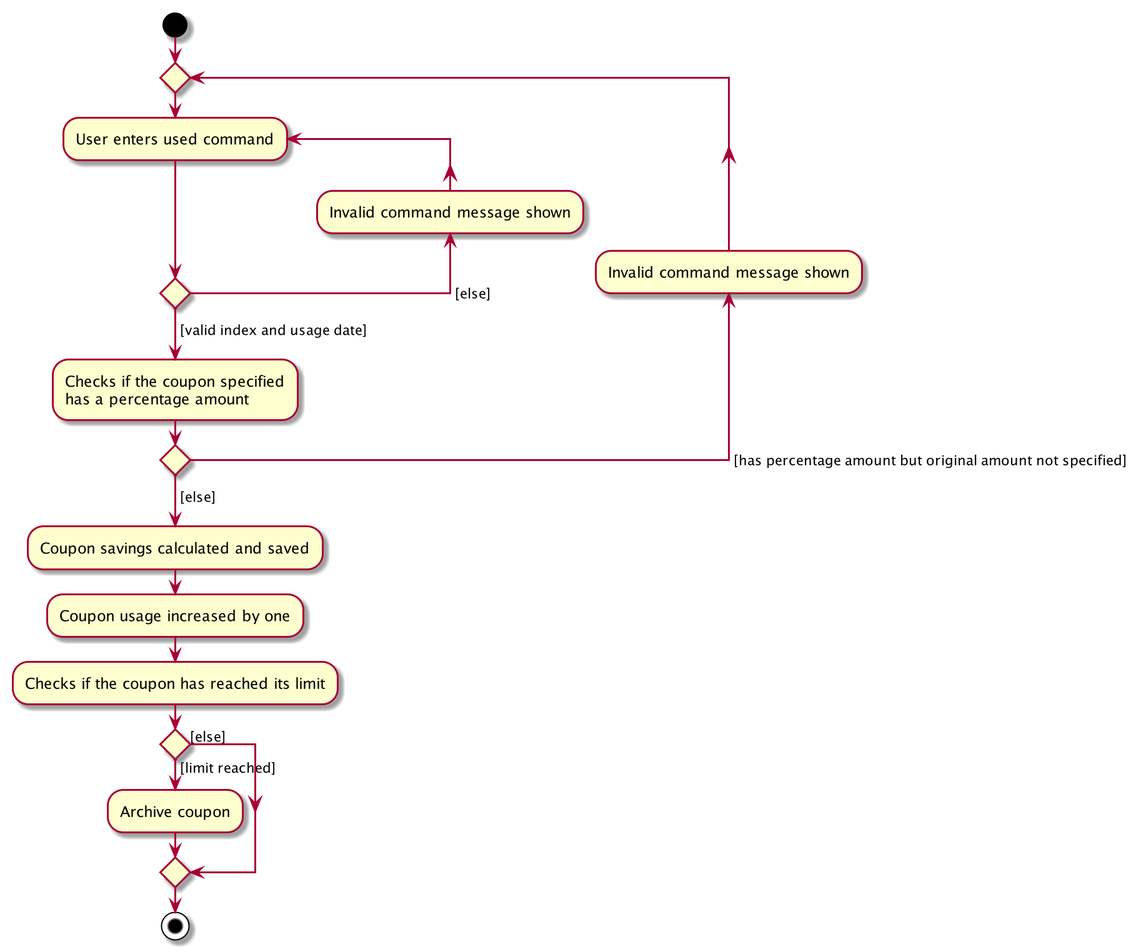
The PlantUML diagram docs/images/UsedCommandActivityDiagram.png in nus-cs2103-AY1920S2/addressbook-level3, before a commit. The source it was exported from:
```plantuml
@startuml

start
repeat
    repeat :User enters used command;
    backward :Invalid command message shown;
    repeat while () ->[else]
    ->[valid index and usage date];
    :Checks if the coupon specified
    has a percentage amount;
backward :Invalid command message shown;
repeat while () ->[has percentage amount but original amount not specified]
->[else];
:Coupon savings calculated and saved;
:Coupon usage increased by one;
:Checks if the coupon has reached its limit;

if () then ([limit reached])
    :Archive coupon;
else ([else])
endif
stop

@enduml
```
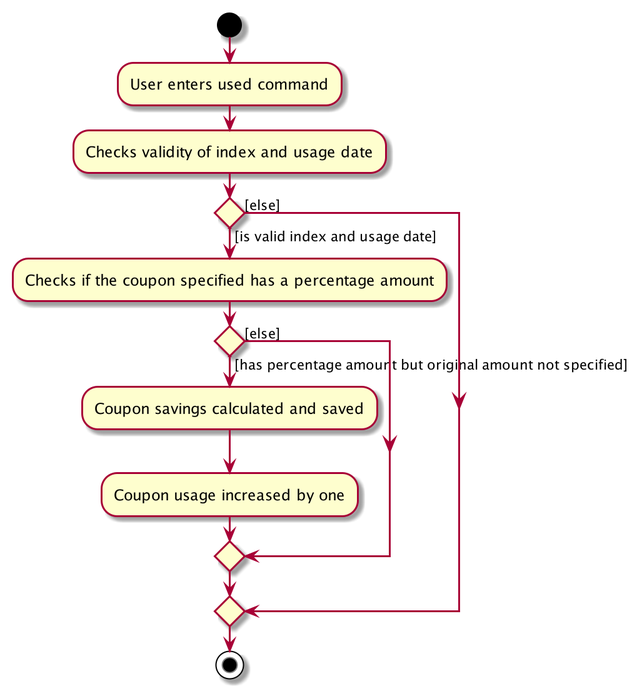
The same file after the commit.

What changed in the source:
```diff
@@ -1,22 +1,15 @@
 @startuml
 
 start
-repeat
-    repeat :User enters used command;
-    backward :Invalid command message shown;
-    repeat while () ->[else]
-    ->[valid index and usage date];
-    :Checks if the coupon specified
-    has a percentage amount;
-backward :Invalid command message shown;
-repeat while () ->[has percentage amount but original amount not specified]
-->[else];
-:Coupon savings calculated and saved;
-:Coupon usage increased by one;
-:Checks if the coupon has reached its limit;
-
-if () then ([limit reached])
-    :Archive coupon;
+:User enters used command;
+:Checks validity of index and usage date;
+if () then ([is valid index and usage date])
+    :Checks if the coupon specified has a percentage amount;
+    if () then ([has percentage amount but original amount not specified])
+        :Coupon savings calculated and saved;
+        :Coupon usage increased by one;
+    else ([else])
+    endif
 else ([else])
 endif
 stop
```
